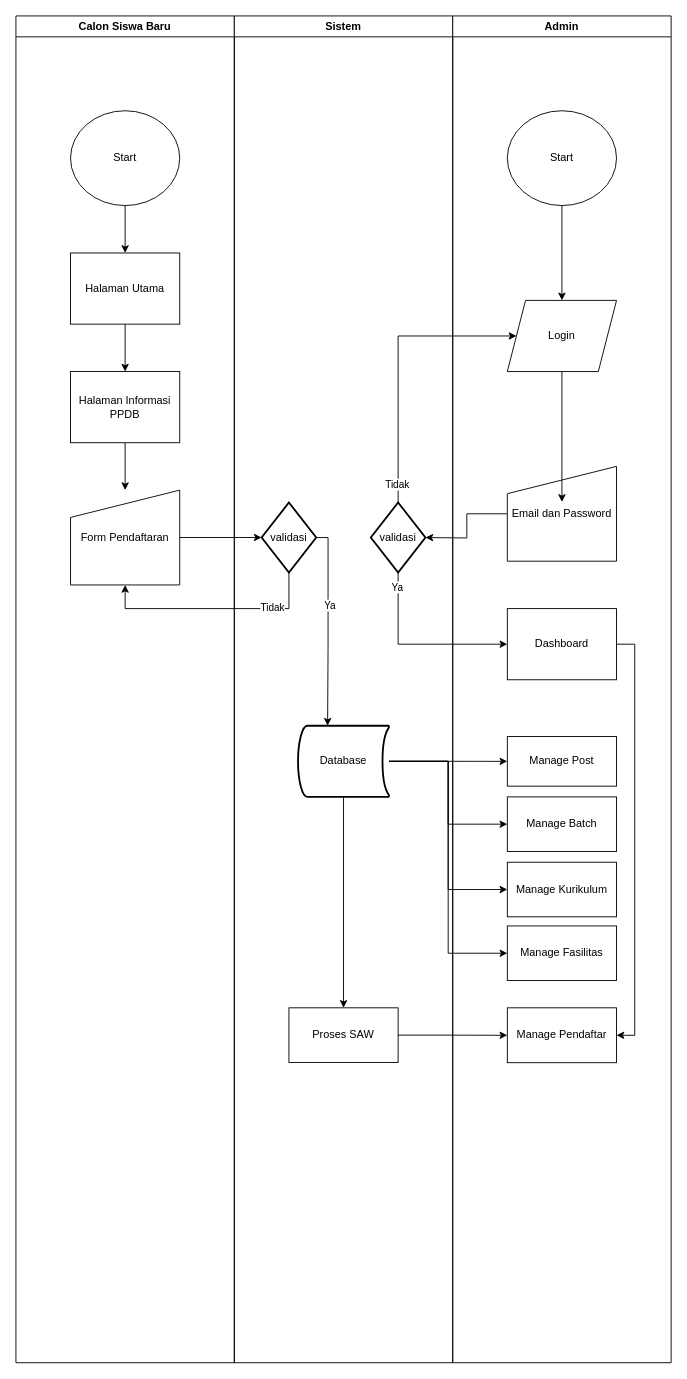
Before: design/Diagram Activity 2.drawio in ryotwell/draw.io, a draw.io diagram. Source tidied: cells renumbered, new cells numbered last; positions are measured from the earlier drawing's top-left corner, leaving out a move shared by most shapes. Both pictures are drawn from the tidied source at 91%, with x=0, y=0 at pixel (15, 15).
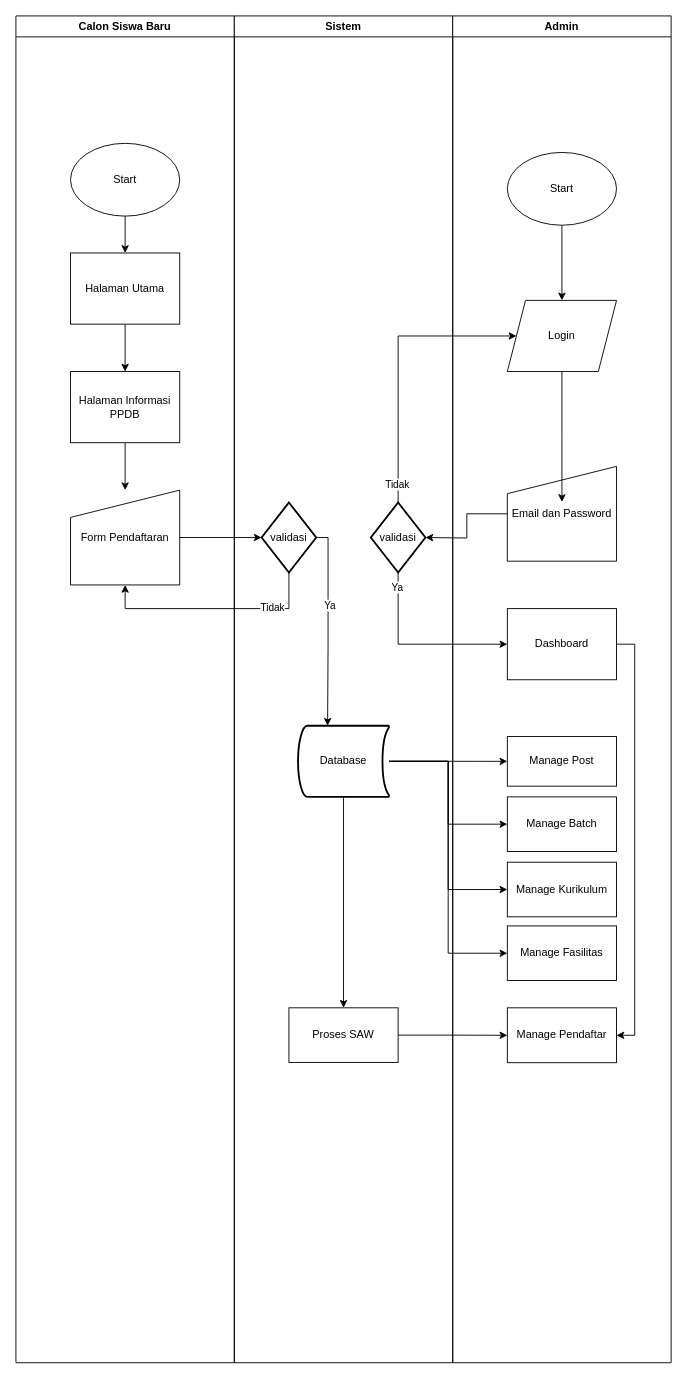
After the change.

Unchanged cells that the change refers to:
```xml
<mxCell id="3" value="Calon Siswa Baru" style="swimlane;whiteSpace=wrap;html=1;" parent="2" vertex="1">
  <mxGeometry width="240" height="1480" as="geometry" />
</mxCell>
<mxCell id="8" value="&lt;span style=&quot;color: rgb(0, 0, 0); font-family: Helvetica; font-size: 12px; font-style: normal; font-variant-ligatures: normal; font-variant-caps: normal; font-weight: 400; letter-spacing: normal; orphans: 2; text-align: center; text-indent: 0px; text-transform: none; widows: 2; word-spacing: 0px; -webkit-text-stroke-width: 0px; white-space: normal; text-decoration-thickness: initial; text-decoration-style: initial; text-decoration-color: initial; float: none; display: inline !important;&quot;&gt;Halaman Utama&lt;/span&gt;" style="rounded=0;whiteSpace=wrap;html=1;" parent="3" vertex="1">
  <mxGeometry x="60" y="260.5" width="120" height="78.2" as="geometry" />
</mxCell>
<mxCell id="19" value="Admin" style="swimlane;whiteSpace=wrap;html=1;swimlaneFillColor=none;" parent="2" vertex="1">
  <mxGeometry x="480" width="240" height="1480" as="geometry" />
</mxCell>
<mxCell id="25" value="Login" style="shape=parallelogram;perimeter=parallelogramPerimeter;whiteSpace=wrap;html=1;fixedSize=1;" parent="19" vertex="1">
  <mxGeometry x="60" y="312.6" width="120" height="78.2" as="geometry" />
</mxCell>
```

The edit, as a diff of the source:
```diff
@@
-    <mxCell id="4" style="edgeStyle=orthogonalEdgeStyle;rounded=0;jettySize=auto;html=1;" parent="3" edge="1" source="5" target="8">
-      <mxGeometry relative="1" as="geometry" />
-    </mxCell>
-    <mxCell id="5" value="Start" style="ellipse;whiteSpace=wrap;html=1;" parent="3" vertex="1">
-      <mxGeometry x="60" y="104.2" width="120" height="104.2" as="geometry" />
-    </mxCell>
@@
+    <mxCell id="45" style="edgeStyle=orthogonalEdgeStyle;rounded=0;jettySize=auto;html=1;" parent="3" edge="1" source="46" target="8">
+      <mxGeometry relative="1" as="geometry" />
+    </mxCell>
+    <mxCell id="46" value="Start" style="ellipse;whiteSpace=wrap;html=1;" parent="3" vertex="1">
+      <mxGeometry x="60" y="140" width="120" height="80" as="geometry" />
+    </mxCell>
@@
-    <mxCell id="20" style="edgeStyle=orthogonalEdgeStyle;rounded=0;jettySize=auto;html=1;" parent="19" edge="1" source="21" target="25">
-      <mxGeometry relative="1" as="geometry" />
-    </mxCell>
-    <mxCell id="21" value="Start" style="ellipse;whiteSpace=wrap;html=1;" parent="19" vertex="1">
-      <mxGeometry x="60" y="104.2" width="120" height="104.2" as="geometry" />
-    </mxCell>
@@
+    <mxCell id="47" style="edgeStyle=orthogonalEdgeStyle;rounded=0;jettySize=auto;html=1;" parent="19" edge="1" source="48" target="25">
+      <mxGeometry relative="1" as="geometry" />
+    </mxCell>
+    <mxCell id="48" value="Start" style="ellipse;whiteSpace=wrap;html=1;" parent="19" vertex="1">
+      <mxGeometry x="60" y="150" width="120" height="80" as="geometry" />
+    </mxCell>
```
